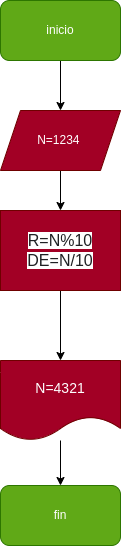
Earlier version of the draw.io export diagrama.png (Chalarcanicolas/invertir_numero_4digitos). Source tidied: cells renumbered, new cells last; positions are measured from the earlier drawing's top-left corner, leaving out a move shared by most shapes.
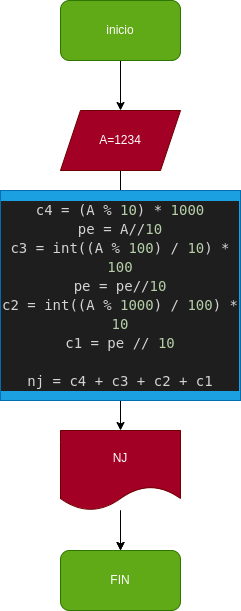
The same diagram one commit later.

Commit message:
Se agregan los programas

What changed in the source:
```diff
@@ -8,26 +8,33 @@
     <mxCell id="3" value="inicio" style="rounded=1;whiteSpace=wrap;html=1;fillColor=#60a917;fontColor=#ffffff;strokeColor=#2D7600;" parent="1" vertex="1">
       <mxGeometry width="120" height="60" as="geometry" />
     </mxCell>
-    <mxCell id="4" style="edgeStyle=none;html=1;" parent="1" edge="1" source="5" target="7">
-      <mxGeometry relative="1" as="geometry" />
+    <mxCell id="4" style="edgeStyle=none;html=1;" parent="1" edge="1" source="5">
+      <mxGeometry relative="1" as="geometry">
+        <mxPoint x="60" y="210" as="targetPoint" />
+      </mxGeometry>
     </mxCell>
-    <mxCell id="5" value="N=1234&amp;nbsp;" style="shape=parallelogram;perimeter=parallelogramPerimeter;whiteSpace=wrap;html=1;fixedSize=1;fillColor=#a20025;fontColor=#ffffff;strokeColor=#6F0000;" parent="1" vertex="1">
+    <mxCell id="5" value="A=1234" style="shape=parallelogram;perimeter=parallelogramPerimeter;whiteSpace=wrap;html=1;fixedSize=1;fillColor=#a20025;fontColor=#ffffff;strokeColor=#6F0000;" parent="1" vertex="1">
       <mxGeometry y="110" width="120" height="60" as="geometry" />
     </mxCell>
-    <mxCell id="6" style="edgeStyle=none;html=1;" parent="1" edge="1" source="7" target="9">
-      <mxGeometry relative="1" as="geometry" />
+    <mxCell id="6" style="edgeStyle=none;html=1;" parent="1" edge="1" target="9">
+      <mxGeometry relative="1" as="geometry">
+        <mxPoint x="60" y="290" as="sourcePoint" />
+      </mxGeometry>
     </mxCell>
-    <mxCell id="7" value="&lt;span style=&quot;color: rgb(32, 33, 36); font-family: arial, sans-serif; font-size: 16px; font-style: normal; font-variant-ligatures: normal; font-variant-caps: normal; font-weight: 400; letter-spacing: normal; orphans: 2; text-align: start; text-indent: 0px; text-transform: none; widows: 2; word-spacing: 0px; -webkit-text-stroke-width: 0px; background-color: rgb(255, 255, 255); text-decoration-thickness: initial; text-decoration-style: initial; text-decoration-color: initial; float: none; display: inline !important;&quot;&gt;R=N%10&lt;br&gt;DE=N/10&lt;br&gt;&lt;/span&gt;" style="rounded=0;whiteSpace=wrap;html=1;fillColor=#a20025;fontColor=#ffffff;strokeColor=#6F0000;" parent="1" vertex="1">
-      <mxGeometry y="210" width="120" height="80" as="geometry" />
-    </mxCell>
     <mxCell id="8" style="edgeStyle=none;html=1;" parent="1" edge="1" source="9" target="10">
       <mxGeometry relative="1" as="geometry" />
     </mxCell>
+    <mxCell id="11" style="edgeStyle=none;html=1;" parent="1" edge="1" source="9" target="10">
+      <mxGeometry relative="1" as="geometry" />
+    </mxCell>
-    <mxCell id="9" value="&lt;font style=&quot;font-size: 14px;&quot;&gt;N=4321&lt;/font&gt;" style="shape=document;whiteSpace=wrap;html=1;boundedLbl=1;fillColor=#a20025;fontColor=#ffffff;strokeColor=#6F0000;" parent="1" vertex="1">
-      <mxGeometry y="360" width="120" height="80" as="geometry" />
+    <mxCell id="9" value="NJ" style="shape=document;whiteSpace=wrap;html=1;boundedLbl=1;fillColor=#a20025;fontColor=#ffffff;strokeColor=#6F0000;" parent="1" vertex="1">
+      <mxGeometry y="430" width="120" height="80" as="geometry" />
     </mxCell>
-    <mxCell id="10" value="fin" style="rounded=1;whiteSpace=wrap;html=1;fillColor=#60a917;fontColor=#ffffff;strokeColor=#2D7600;" parent="1" vertex="1">
-      <mxGeometry y="485" width="120" height="60" as="geometry" />
+    <mxCell id="10" value="FIN" style="rounded=1;whiteSpace=wrap;html=1;fillColor=#60a917;fontColor=#ffffff;strokeColor=#2D7600;" parent="1" vertex="1">
+      <mxGeometry y="550" width="120" height="60" as="geometry" />
     </mxCell>
+    <mxCell id="12" value="&lt;div style=&quot;color: rgb(212, 212, 212); background-color: rgb(30, 30, 30); font-family: &amp;quot;Droid Sans Mono&amp;quot;, &amp;quot;monospace&amp;quot;, monospace; font-size: 14px; line-height: 19px;&quot;&gt;&lt;div&gt;c4 = (A % &lt;span style=&quot;color: #b5cea8;&quot;&gt;10&lt;/span&gt;) * &lt;span style=&quot;color: #b5cea8;&quot;&gt;1000&lt;/span&gt;&lt;/div&gt;&lt;div&gt;pe = A//&lt;span style=&quot;color: #b5cea8;&quot;&gt;10&lt;/span&gt;&lt;/div&gt;&lt;div&gt;c3 = int((A % &lt;span style=&quot;color: #b5cea8;&quot;&gt;100&lt;/span&gt;) / &lt;span style=&quot;color: #b5cea8;&quot;&gt;10&lt;/span&gt;) * &lt;span style=&quot;color: #b5cea8;&quot;&gt;100&lt;/span&gt;&lt;/div&gt;&lt;div&gt;pe = pe//&lt;span style=&quot;color: #b5cea8;&quot;&gt;10&lt;/span&gt;&lt;/div&gt;&lt;div&gt;c2 = int((A % &lt;span style=&quot;color: #b5cea8;&quot;&gt;1000&lt;/span&gt;) / &lt;span style=&quot;color: #b5cea8;&quot;&gt;100&lt;/span&gt;) * &lt;span style=&quot;color: #b5cea8;&quot;&gt;10&lt;/span&gt;&lt;/div&gt;&lt;div&gt;c1 = pe // &lt;span style=&quot;color: #b5cea8;&quot;&gt;10&lt;/span&gt; &lt;/div&gt;&lt;br&gt;&lt;div&gt;nj  = c4 + c3 + c2 + c1&lt;/div&gt;&lt;/div&gt;" style="rounded=0;whiteSpace=wrap;html=1;fillColor=#1ba1e2;fontColor=#ffffff;strokeColor=#006EAF;" parent="1" vertex="1">
+      <mxGeometry x="-60" y="190" width="240" height="210" as="geometry" />
+    </mxCell>
   </root>
 </mxGraphModel>
```
